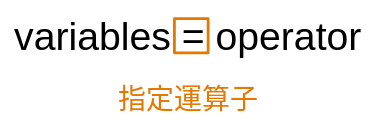
Above: .gitbook/assets/file.drawing.svg in give0714/MangoWu (Excalidraw), before the change. Source tidied: one line per element, renumbered; positions are measured from the earlier drawing's top-left corner, leaving out a move shared by most shapes.
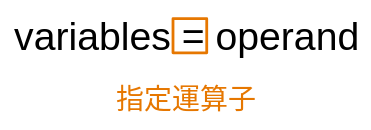
The same diagram one commit later.

Change to the diagram source:
```diff
@@ -1,3 +1,3 @@
-{"id": 0, "type": "text", "text": "variables = operator", "strokeColor": "#000000", "strokeWidth": 1, "roughness": 1, "fontSize": 28, "fontFamily": 2, "x": 0, "y": 0, "width": 245, "height": 33}
+{"id": 0, "type": "text", "text": "variables = operand", "strokeColor": "#000000", "strokeWidth": 1, "roughness": 1, "fontSize": 28, "fontFamily": 2, "x": 1, "y": 0, "width": 245, "height": 33}
 {"id": 1, "type": "rectangle", "strokeColor": "#e67700", "strokeWidth": 2, "roughness": 0, "x": 115, "y": 3, "width": 24, "height": 24}
 {"id": 2, "type": "text", "text": "指定運算子", "strokeColor": "#e67700", "strokeWidth": 2, "roughness": 0, "fontSize": 20, "fontFamily": 2, "x": 74, "y": 48, "width": 102, "height": 25}
```
